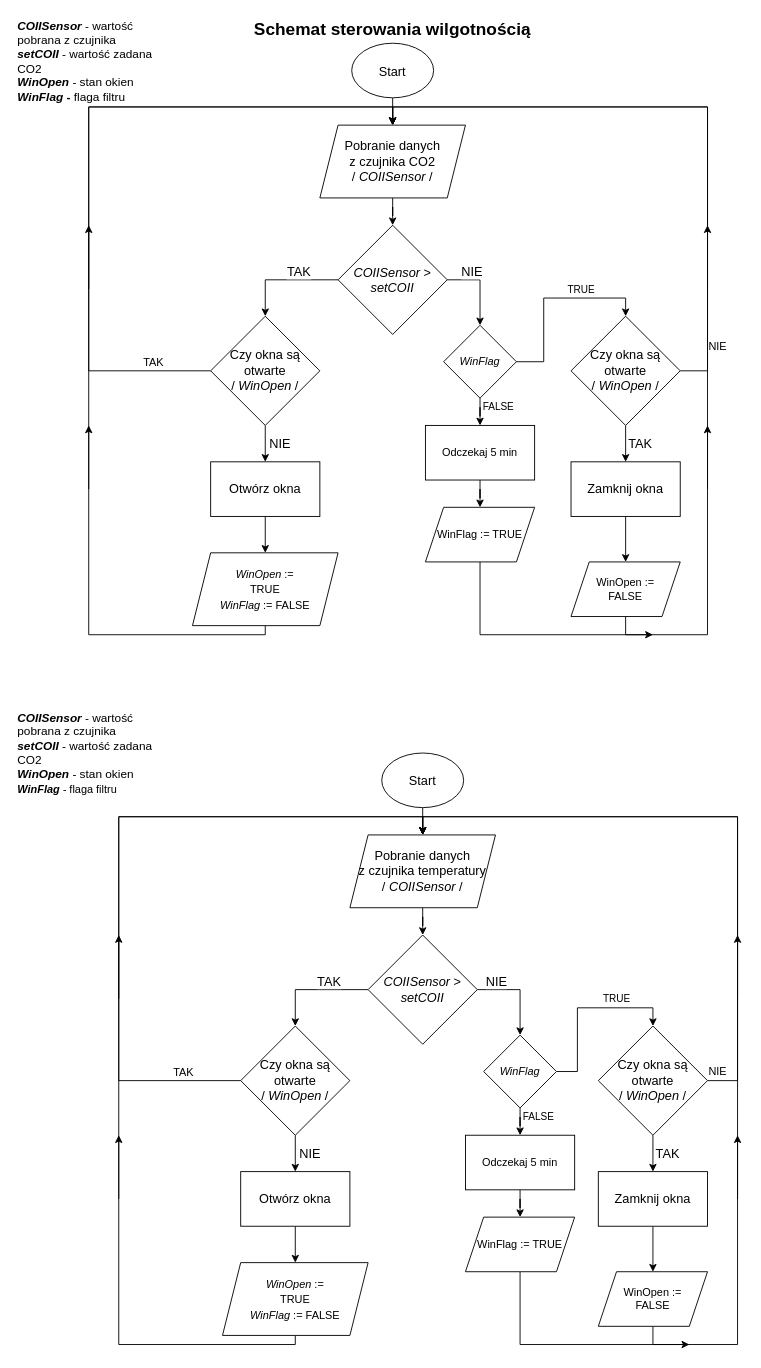
This is Schematy_działania_funkcji/Wilgotność/wilgotnosc.drawio from AgniechaP/Sterowanie-szklarnia, a draw.io file, before an edit. Source tidied: cells renumbered, new cells numbered last; positions are measured from the earlier drawing's top-left corner, leaving out a move shared by most shapes. Both pictures are drawn from the tidied source at 91%, with x=0, y=0 at pixel (15, 15).
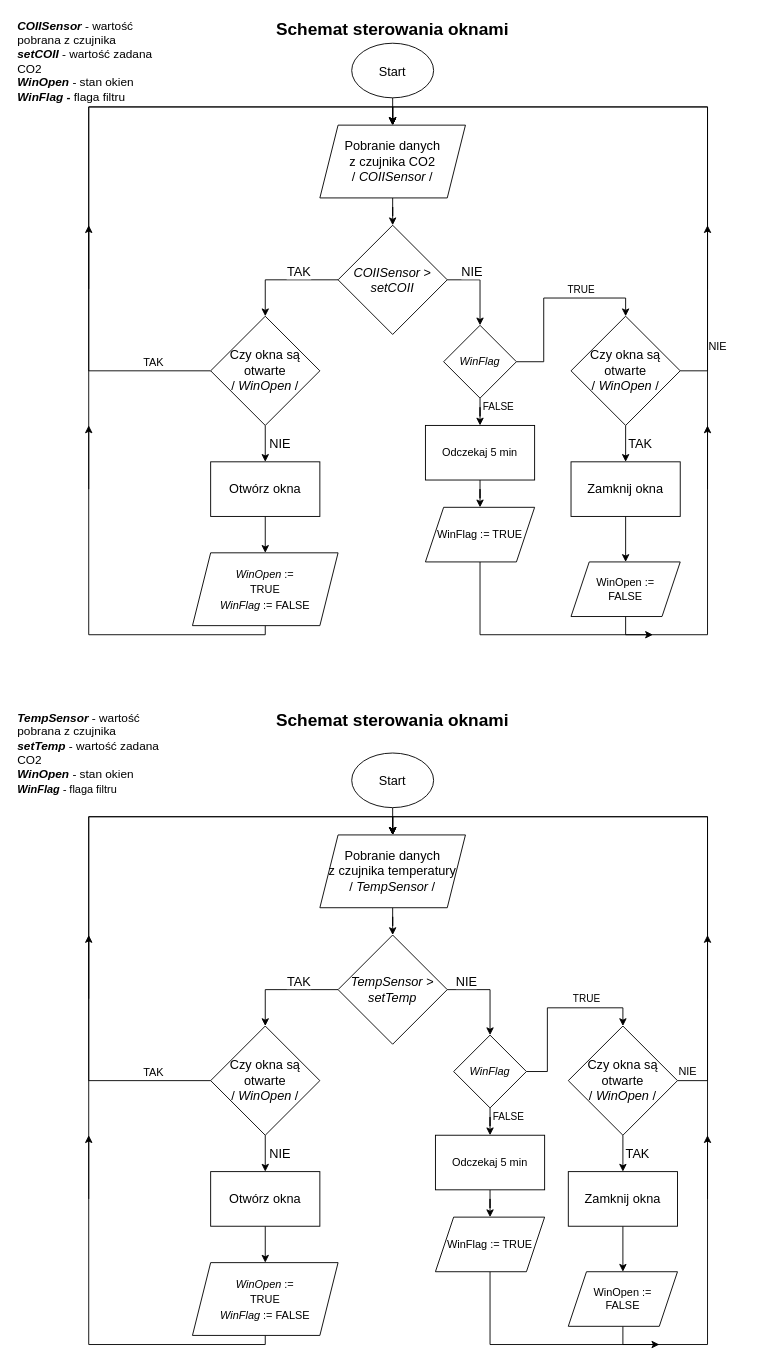
After the change.

The edit, as a diff of the source:
```diff
@@
-    <mxCell id="2" value="&lt;b&gt;&lt;font style=&quot;font-size: 19px&quot;&gt;Schemat sterowania wilgotnością&lt;/font&gt;&lt;/b&gt;" style="text;html=1;strokeColor=none;fillColor=none;align=center;verticalAlign=middle;whiteSpace=wrap;rounded=0;" parent="1" vertex="1">
+    <mxCell id="2" value="&lt;b&gt;&lt;font style=&quot;font-size: 19px&quot;&gt;Schemat sterowania oknami&lt;/font&gt;&lt;/b&gt;" style="text;html=1;strokeColor=none;fillColor=none;align=center;verticalAlign=middle;whiteSpace=wrap;rounded=0;" parent="1" vertex="1">
       <mxGeometry x="234" width="360" height="30" as="geometry" />
     </mxCell>
@@
     <mxCell id="34" value="&lt;font style=&quot;font-size: 14px&quot;&gt;Start&lt;/font&gt;" style="ellipse;whiteSpace=wrap;html=1;fontSize=19;" parent="1" vertex="1">
-      <mxGeometry x="402" y="810" width="90" height="60" as="geometry" />
+      <mxGeometry x="369" y="810" width="90" height="60" as="geometry" />
     </mxCell>
@@
-    <mxCell id="36" value="Pobranie danych &lt;br&gt;z czujnika temperatury&lt;br&gt;/ &lt;i&gt;COIISensor &lt;/i&gt;/" style="shape=parallelogram;perimeter=parallelogramPerimeter;whiteSpace=wrap;html=1;fixedSize=1;fontSize=14;" parent="1" vertex="1">
-      <mxGeometry x="367" y="900" width="160" height="80" as="geometry" />
+    <mxCell id="36" value="Pobranie danych &lt;br&gt;z czujnika temperatury&lt;br&gt;/ &lt;i&gt;TempSensor&amp;nbsp;&lt;/i&gt;/" style="shape=parallelogram;perimeter=parallelogramPerimeter;whiteSpace=wrap;html=1;fixedSize=1;fontSize=14;" parent="1" vertex="1">
+      <mxGeometry x="334" y="900" width="160" height="80" as="geometry" />
     </mxCell>
@@
-    <mxCell id="41" value="&lt;i&gt;COIISensor &lt;/i&gt;&amp;gt; &lt;i&gt;setCOII&lt;/i&gt;" style="rhombus;whiteSpace=wrap;html=1;fontSize=14;" parent="1" vertex="1">
-      <mxGeometry x="387" y="1010" width="120" height="120" as="geometry" />
+    <mxCell id="41" value="&lt;i&gt;TempSensor&amp;nbsp;&lt;/i&gt;&amp;gt; &lt;i&gt;setTemp&lt;/i&gt;" style="rhombus;whiteSpace=wrap;html=1;fontSize=14;" parent="1" vertex="1">
+      <mxGeometry x="354" y="1010" width="120" height="120" as="geometry" />
     </mxCell>
@@
     <mxCell id="43" style="edgeStyle=orthogonalEdgeStyle;rounded=0;jettySize=auto;html=1;entryX=0.5;entryY=0;entryDx=0;entryDy=0;fontSize=12;" parent="1" edge="1" source="45" target="36">
       <mxGeometry relative="1" as="geometry">
         <Array as="points">
-          <mxPoint x="113" y="1170" />
-          <mxPoint x="113" y="880" />
-          <mxPoint x="447" y="880" />
+          <mxPoint x="80" y="1170" />
+          <mxPoint x="80" y="880" />
+          <mxPoint x="414" y="880" />
         </Array>
       </mxGeometry>
     </mxCell>
@@
     <mxCell id="45" value="Czy okna są otwarte&lt;br&gt;/ &lt;i&gt;WinOpen &lt;/i&gt;/" style="rhombus;whiteSpace=wrap;html=1;fontSize=14;" parent="1" vertex="1">
-      <mxGeometry x="247" y="1110" width="120" height="120" as="geometry" />
+      <mxGeometry x="214" y="1110" width="120" height="120" as="geometry" />
     </mxCell>
@@
     <mxCell id="47" style="edgeStyle=orthogonalEdgeStyle;rounded=0;jettySize=auto;html=1;entryX=0.5;entryY=0;entryDx=0;entryDy=0;fontSize=12;" parent="1" edge="1" source="49" target="36">
       <mxGeometry relative="1" as="geometry">
         <Array as="points">
-          <mxPoint x="793" y="1170" />
-          <mxPoint x="793" y="880" />
-          <mxPoint x="447" y="880" />
+          <mxPoint x="760" y="1170" />
+          <mxPoint x="760" y="880" />
+          <mxPoint x="414" y="880" />
         </Array>
       </mxGeometry>
     </mxCell>
@@
     <mxCell id="49" value="Czy okna są otwarte&lt;br&gt;/ &lt;i&gt;WinOpen &lt;/i&gt;/" style="rhombus;whiteSpace=wrap;html=1;fontSize=14;" parent="1" vertex="1">
-      <mxGeometry x="640" y="1110" width="120" height="120" as="geometry" />
+      <mxGeometry x="607" y="1110" width="120" height="120" as="geometry" />
     </mxCell>
@@
     <mxCell id="51" value="Otwórz okna" style="rounded=0;whiteSpace=wrap;html=1;fontSize=14;" parent="1" vertex="1">
-      <mxGeometry x="247" y="1270" width="120" height="60" as="geometry" />
+      <mxGeometry x="214" y="1270" width="120" height="60" as="geometry" />
     </mxCell>
@@
     <mxCell id="53" value="Zamknij okna" style="rounded=0;whiteSpace=wrap;html=1;fontSize=14;" parent="1" vertex="1">
-      <mxGeometry x="640" y="1270" width="120" height="60" as="geometry" />
+      <mxGeometry x="607" y="1270" width="120" height="60" as="geometry" />
     </mxCell>
     <mxCell id="54" style="edgeStyle=orthogonalEdgeStyle;rounded=0;jettySize=auto;html=1;entryX=0.5;entryY=0;entryDx=0;entryDy=0;fontSize=12;exitX=0.5;exitY=1;exitDx=0;exitDy=0;" parent="1" edge="1" source="55" target="36">
       <mxGeometry relative="1" as="geometry">
         <Array as="points">
-          <mxPoint x="307" y="1460" />
-          <mxPoint x="113" y="1460" />
-          <mxPoint x="113" y="880" />
-          <mxPoint x="447" y="880" />
+          <mxPoint x="274" y="1460" />
+          <mxPoint x="80" y="1460" />
+          <mxPoint x="80" y="880" />
+          <mxPoint x="414" y="880" />
         </Array>
       </mxGeometry>
     </mxCell>
     <mxCell id="55" value="&lt;font style=&quot;font-size: 12px&quot;&gt;&lt;i&gt;WinOpen &lt;/i&gt;:= &lt;br&gt;TRUE&lt;br&gt;&lt;i&gt;WinFlag&amp;nbsp;&lt;/i&gt;:= FALSE&lt;br&gt;&lt;/font&gt;" style="shape=parallelogram;perimeter=parallelogramPerimeter;whiteSpace=wrap;html=1;fixedSize=1;fontSize=14;" parent="1" vertex="1">
-      <mxGeometry x="227" y="1370" width="160" height="80" as="geometry" />
+      <mxGeometry x="194" y="1370" width="160" height="80" as="geometry" />
     </mxCell>
     <mxCell id="56" style="edgeStyle=orthogonalEdgeStyle;rounded=0;jettySize=auto;html=1;entryX=0.5;entryY=0;entryDx=0;entryDy=0;fontSize=12;exitX=0.5;exitY=1;exitDx=0;exitDy=0;" parent="1" edge="1" source="57" target="36">
       <mxGeometry relative="1" as="geometry">
         <Array as="points">
-          <mxPoint x="700" y="1460" />
-          <mxPoint x="793" y="1460" />
-          <mxPoint x="793" y="880" />
-          <mxPoint x="447" y="880" />
+          <mxPoint x="667" y="1460" />
+          <mxPoint x="760" y="1460" />
+          <mxPoint x="760" y="880" />
+          <mxPoint x="414" y="880" />
         </Array>
       </mxGeometry>
     </mxCell>
     <mxCell id="57" value="WinOpen := &lt;br&gt;FALSE" style="shape=parallelogram;perimeter=parallelogramPerimeter;whiteSpace=wrap;html=1;fixedSize=1;fontSize=12;" parent="1" vertex="1">
-      <mxGeometry x="640" y="1380" width="120" height="60" as="geometry" />
+      <mxGeometry x="607" y="1380" width="120" height="60" as="geometry" />
     </mxCell>
     <mxCell id="58" style="endArrow=classic;html=1;rounded=0;fontSize=12;" parent="1" edge="1">
       <mxGeometry relative="1" as="geometry">
-        <mxPoint x="113" y="1080" as="sourcePoint" />
-        <mxPoint x="113" y="1010" as="targetPoint" />
+        <mxPoint x="80" y="1080" as="sourcePoint" />
+        <mxPoint x="80" y="1010" as="targetPoint" />
       </mxGeometry>
     </mxCell>
     <mxCell id="59" style="endArrow=classic;html=1;rounded=0;fontSize=12;" parent="1" edge="1">
       <mxGeometry relative="1" as="geometry">
-        <mxPoint x="793" y="1080" as="sourcePoint" />
-        <mxPoint x="793" y="1010" as="targetPoint" />
+        <mxPoint x="760" y="1080" as="sourcePoint" />
+        <mxPoint x="760" y="1010" as="targetPoint" />
       </mxGeometry>
     </mxCell>
     <mxCell id="60" style="endArrow=classic;html=1;rounded=0;fontSize=12;" parent="1" edge="1">
       <mxGeometry relative="1" as="geometry">
-        <mxPoint x="113" y="1300" as="sourcePoint" />
-        <mxPoint x="113" y="1230" as="targetPoint" />
+        <mxPoint x="80" y="1300" as="sourcePoint" />
+        <mxPoint x="80" y="1230" as="targetPoint" />
       </mxGeometry>
     </mxCell>
     <mxCell id="61" style="endArrow=classic;html=1;rounded=0;fontSize=12;" parent="1" edge="1">
       <mxGeometry relative="1" as="geometry">
-        <mxPoint x="793" y="1300" as="sourcePoint" />
-        <mxPoint x="793" y="1230" as="targetPoint" />
+        <mxPoint x="760" y="1300" as="sourcePoint" />
+        <mxPoint x="760" y="1230" as="targetPoint" />
       </mxGeometry>
     </mxCell>
-    <mxCell id="62" value="&lt;font style=&quot;font-size: 13px&quot;&gt;&lt;b&gt;&lt;i&gt;COIISensor &lt;/i&gt;&lt;/b&gt;- wartość pobrana z czujnika&lt;br&gt;&lt;b&gt;&lt;i&gt;setCOII &lt;/i&gt;&lt;/b&gt;- wartość zadana CO2&lt;br&gt;&lt;/font&gt;&lt;div style=&quot;font-size: 13px&quot;&gt;&lt;font style=&quot;font-size: 13px&quot;&gt;&lt;b&gt;&lt;i&gt;WinOpen &lt;/i&gt;&lt;/b&gt;&lt;span&gt;- stan okien&lt;/span&gt;&lt;/font&gt;&lt;/div&gt;&lt;div style=&quot;font-size: 13px&quot;&gt;&lt;i style=&quot;font-size: 12px ; text-align: center&quot;&gt;&lt;b&gt;WinFlag&lt;/b&gt; - &lt;/i&gt;&lt;span style=&quot;font-size: 12px ; text-align: center&quot;&gt;flaga filtru&lt;/span&gt;&lt;br&gt;&lt;/div&gt;" style="text;html=1;strokeColor=none;fillColor=none;align=left;verticalAlign=middle;whiteSpace=wrap;rounded=0;fontSize=12;" parent="1" vertex="1">
+    <mxCell id="62" value="&lt;font style=&quot;font-size: 13px&quot;&gt;&lt;b&gt;&lt;i&gt;TempSensor&amp;nbsp;&lt;/i&gt;&lt;/b&gt;- wartość pobrana z czujnika&lt;br&gt;&lt;b&gt;&lt;i&gt;setTemp&amp;nbsp;&lt;/i&gt;&lt;/b&gt;- wartość zadana CO2&lt;br&gt;&lt;/font&gt;&lt;div style=&quot;font-size: 13px&quot;&gt;&lt;font style=&quot;font-size: 13px&quot;&gt;&lt;b&gt;&lt;i&gt;WinOpen &lt;/i&gt;&lt;/b&gt;&lt;span&gt;- stan okien&lt;/span&gt;&lt;/font&gt;&lt;/div&gt;&lt;div style=&quot;font-size: 13px&quot;&gt;&lt;i style=&quot;font-size: 12px ; text-align: center&quot;&gt;&lt;b&gt;WinFlag&lt;/b&gt; - &lt;/i&gt;&lt;span style=&quot;font-size: 12px ; text-align: center&quot;&gt;flaga filtru&lt;/span&gt;&lt;br&gt;&lt;/div&gt;" style="text;html=1;strokeColor=none;fillColor=none;align=left;verticalAlign=middle;whiteSpace=wrap;rounded=0;fontSize=12;" parent="1" vertex="1">
       <mxGeometry y="760" width="160" height="100" as="geometry" />
     </mxCell>
@@
     <mxCell id="73" value="&lt;i&gt;WinFlag&lt;/i&gt;" style="rhombus;whiteSpace=wrap;html=1;" parent="1" vertex="1">
-      <mxGeometry x="514" y="1120" width="80" height="80" as="geometry" />
+      <mxGeometry x="481" y="1120" width="80" height="80" as="geometry" />
     </mxCell>
@@
     <mxCell id="75" value="Odczekaj 5 min" style="rounded=0;whiteSpace=wrap;html=1;" parent="1" vertex="1">
-      <mxGeometry x="494" y="1230" width="120" height="60" as="geometry" />
+      <mxGeometry x="461" y="1230" width="120" height="60" as="geometry" />
     </mxCell>
     <mxCell id="76" style="edgeStyle=orthogonalEdgeStyle;rounded=0;jettySize=auto;html=1;" parent="1" edge="1" source="77">
       <mxGeometry relative="1" as="geometry">
-        <mxPoint x="740" y="1460" as="targetPoint" />
+        <mxPoint x="707" y="1460" as="targetPoint" />
         <Array as="points">
-          <mxPoint x="554" y="1460" />
+          <mxPoint x="521" y="1460" />
         </Array>
       </mxGeometry>
     </mxCell>
     <mxCell id="77" value="WinFlag := TRUE" style="shape=parallelogram;perimeter=parallelogramPerimeter;whiteSpace=wrap;html=1;fixedSize=1;" parent="1" vertex="1">
-      <mxGeometry x="494" y="1320" width="120" height="60" as="geometry" />
+      <mxGeometry x="461" y="1320" width="120" height="60" as="geometry" />
     </mxCell>
+    <mxCell id="78" value="&lt;b&gt;&lt;font style=&quot;font-size: 19px&quot;&gt;Schemat sterowania oknami&lt;/font&gt;&lt;/b&gt;" style="text;html=1;strokeColor=none;fillColor=none;align=center;verticalAlign=middle;whiteSpace=wrap;rounded=0;" parent="1" vertex="1">
+      <mxGeometry x="234" y="760" width="360" height="30" as="geometry" />
+    </mxCell>
```
